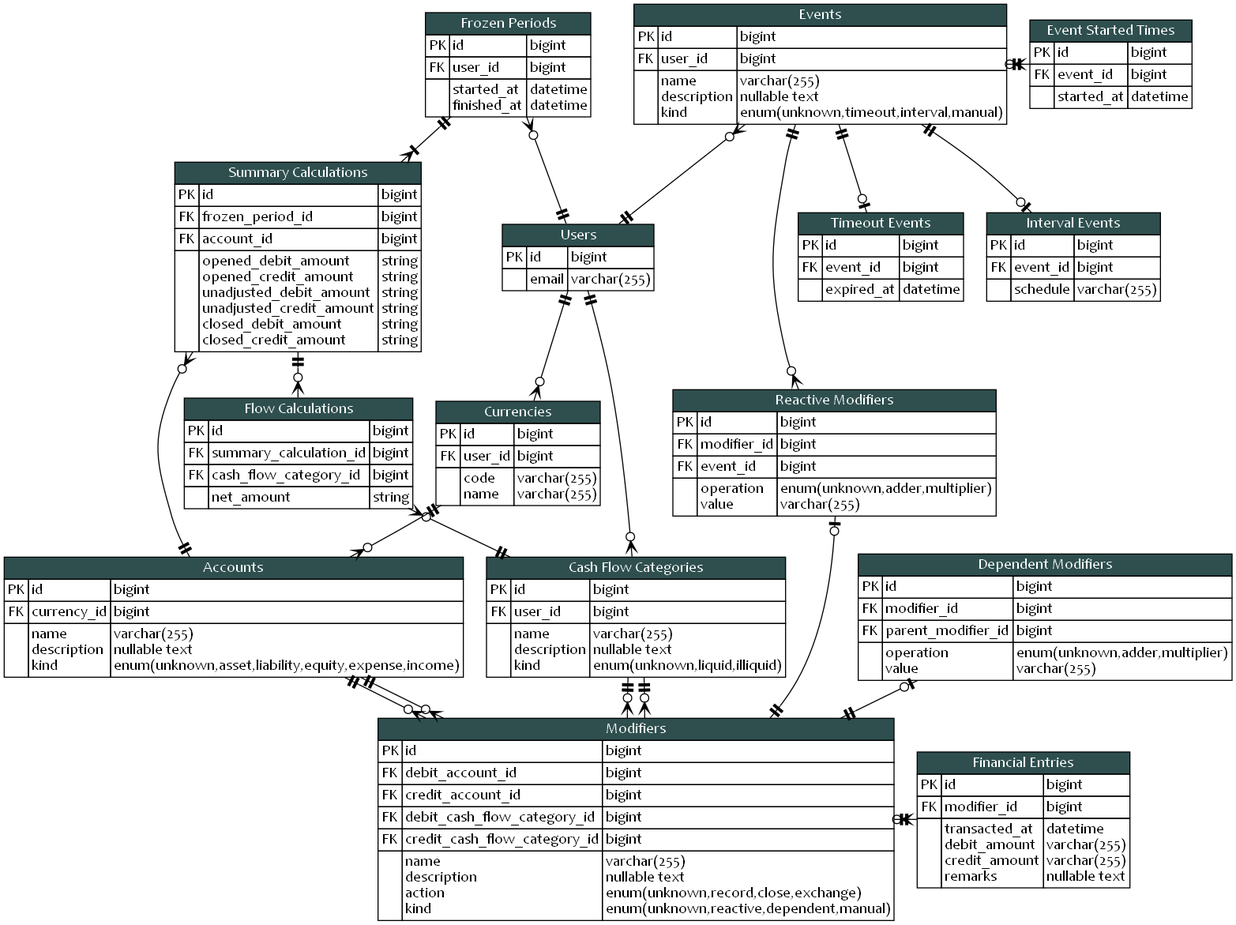
Above: blueprint/erd.png in KennethTrecy/peratorakka_server (Graphviz), before the change. Its source is kept beside it as blueprint/erd.dot.
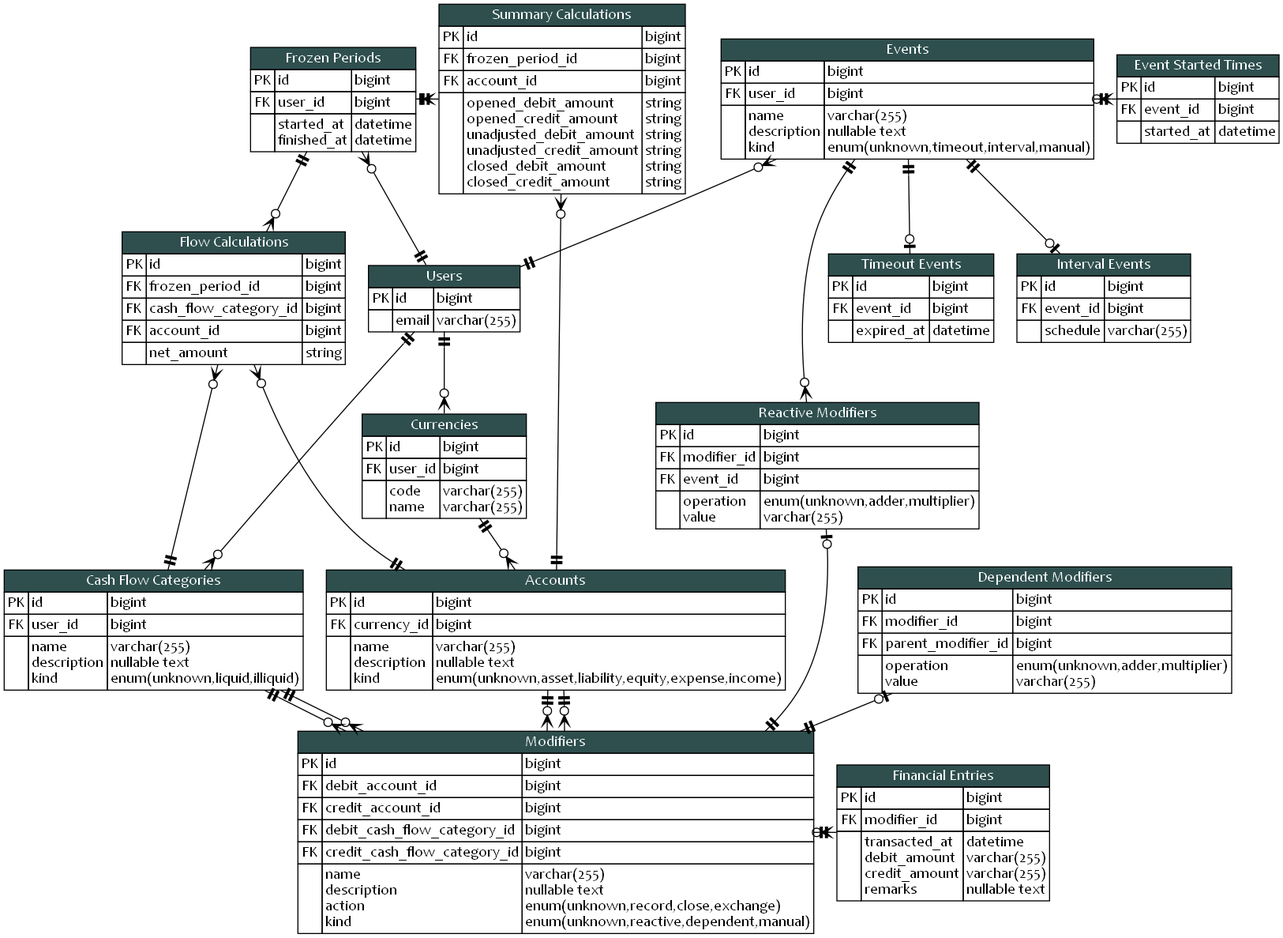
The same file after the commit.

Commit message:
docs(blueprint): reduce chain dependency of flow calculation

What changed in the source:
```diff
@@ -538,12 +538,17 @@
 				</tr>
 				<tr>
 					<td>FK</td>
-					<td align="left">summary_calculation_id</td>
+					<td align="left">frozen_period_id</td>
 					<td align="left">bigint</td>
 				</tr>
 				<tr>
 					<td>FK</td>
 					<td align="left">cash_flow_category_id</td>
+					<td align="left">bigint</td>
+				</tr>
+				<tr>
+					<td>FK</td>
+					<td align="left">account_id</td>
 					<td align="left">bigint</td>
 				</tr>
 				<tr>
@@ -593,7 +598,8 @@
 		accounts -> summary_calculations
 		cash_flow_categories -> modifiers
 		cash_flow_categories -> modifiers
-		summary_calculations -> flow_calculations
+		frozen_periods -> flow_calculations
+		accounts -> flow_calculations
 	}
 
 	{
@@ -617,20 +623,20 @@
 		events
 		frozen_periods
 		event_started_times
+		summary_calculations
 	}
 
 	{
 		rank = same;
 		users
+		flow_calculations
 		interval_events
 		timeout_events
-		summary_calculations
 	}
 
 	{
 		rank = same;
 		currencies
-		flow_calculations
 		reactive_modifiers
 	}
 
@@ -639,6 +645,10 @@
 		accounts
 		cash_flow_categories
 		dependent_modifiers
+	}
+
+	{
+		rank = same;
 	}
 
 	{
```
